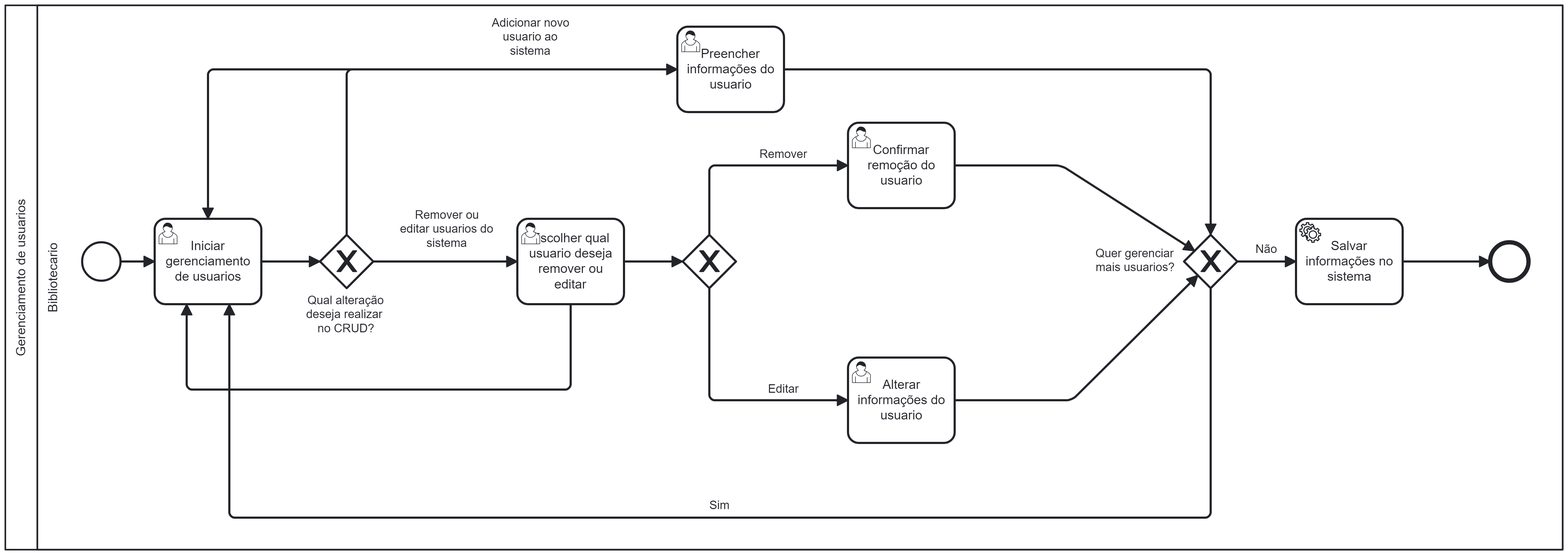
arthurcuri/webook-tis2 keeps this BPMN diagram as docs/images/processoGU.png. Above is the earlier version. Its source is kept beside it as docs/images/processoGU.bpmn. Ids are renumbered.
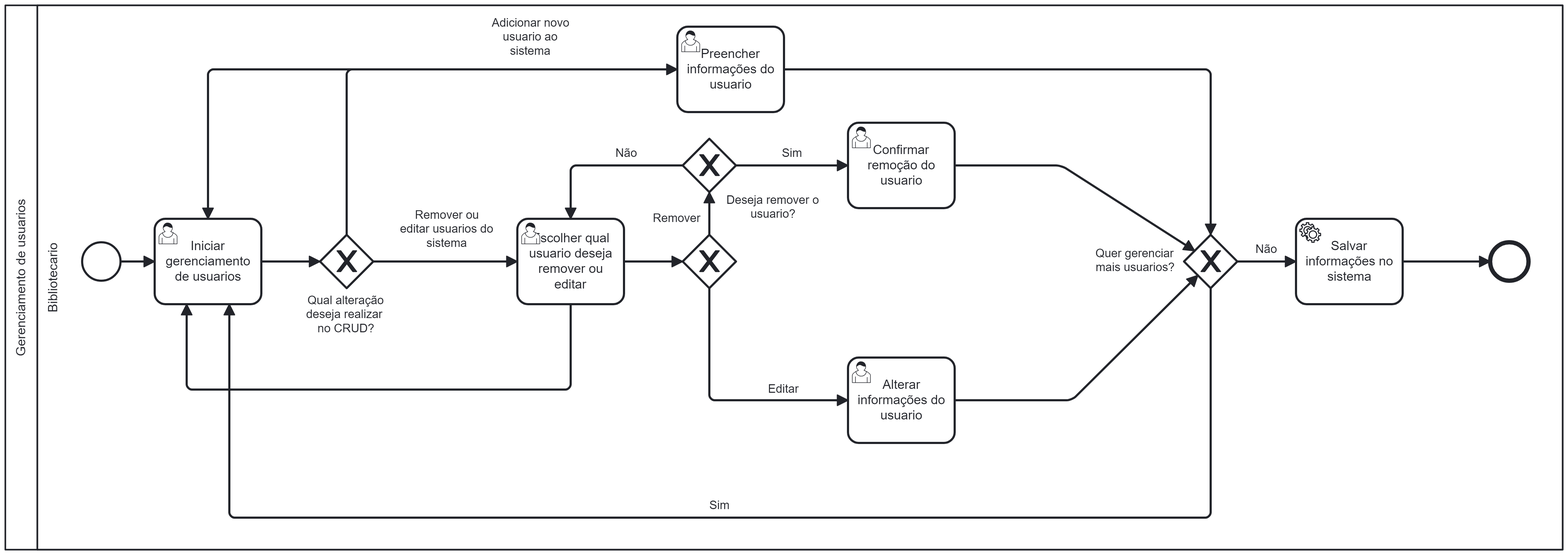
Later version of the same file.

Diff of the diagram source:
```diff
@@ -16,6 +16,7 @@
         <bpmn:flowNodeRef>Gateway_n14</bpmn:flowNodeRef>
         <bpmn:flowNodeRef>Activity_n15</bpmn:flowNodeRef>
         <bpmn:flowNodeRef>Activity_n16</bpmn:flowNodeRef>
+        <bpmn:flowNodeRef>Gateway_n35</bpmn:flowNodeRef>
       </bpmn:lane>
     </bpmn:laneSet>
     <bpmn:userTask id="Activity_n7" name="Preencher informações do usuario">
@@ -40,6 +41,7 @@
     </bpmn:exclusiveGateway>
     <bpmn:userTask id="Activity_n10" name="Escolher qual usuario deseja remover ou editar">
       <bpmn:incoming>Flow_n24</bpmn:incoming>
+      <bpmn:incoming>Flow_n36</bpmn:incoming>
       <bpmn:outgoing>Flow_n22</bpmn:outgoing>
       <bpmn:outgoing>Flow_n25</bpmn:outgoing>
     </bpmn:userTask>
@@ -63,7 +65,7 @@
       <bpmn:outgoing>Flow_n28</bpmn:outgoing>
     </bpmn:exclusiveGateway>
     <bpmn:userTask id="Activity_n15" name="Confirmar remoção do usuario">
-      <bpmn:incoming>Flow_n26</bpmn:incoming>
+      <bpmn:incoming>Flow_n37</bpmn:incoming>
       <bpmn:outgoing>Flow_n30</bpmn:outgoing>
     </bpmn:userTask>
     <bpmn:userTask id="Activity_n16" name="Alterar informações do usuario">
@@ -79,12 +81,19 @@
     <bpmn:sequenceFlow id="Flow_n23" sourceRef="Activity_n8" targetRef="Gateway_n9" />
     <bpmn:sequenceFlow id="Flow_n24" name="Remover ou editar usuarios do sistema" sourceRef="Gateway_n9" targetRef="Activity_n10" />
     <bpmn:sequenceFlow id="Flow_n25" sourceRef="Activity_n10" targetRef="Gateway_n11" />
-    <bpmn:sequenceFlow id="Flow_n26" name="Remover" sourceRef="Gateway_n11" targetRef="Activity_n15" />
+    <bpmn:sequenceFlow id="Flow_n26" name="Remover" sourceRef="Gateway_n11" targetRef="Gateway_n35" />
     <bpmn:sequenceFlow id="Flow_n27" name="Editar" sourceRef="Gateway_n11" targetRef="Activity_n16" />
     <bpmn:sequenceFlow id="Flow_n28" name="Não" sourceRef="Gateway_n14" targetRef="Activity_n12" />
     <bpmn:sequenceFlow id="Flow_n29" sourceRef="Activity_n12" targetRef="Event_n13" />
     <bpmn:sequenceFlow id="Flow_n30" sourceRef="Activity_n15" targetRef="Gateway_n14" />
     <bpmn:sequenceFlow id="Flow_n31" sourceRef="Activity_n16" targetRef="Gateway_n14" />
+    <bpmn:exclusiveGateway id="Gateway_n35" name="Deseja remover o usuario?">
+      <bpmn:incoming>Flow_n26</bpmn:incoming>
+      <bpmn:outgoing>Flow_n37</bpmn:outgoing>
+      <bpmn:outgoing>Flow_n36</bpmn:outgoing>
+    </bpmn:exclusiveGateway>
+    <bpmn:sequenceFlow id="Flow_n37" name="Sim" sourceRef="Gateway_n35" targetRef="Activity_n15" />
+    <bpmn:sequenceFlow id="Flow_n36" name="Não" sourceRef="Gateway_n35" targetRef="Activity_n10" />
   </bpmn:process>
   <bpmndi:BPMNDiagram id="BPMNDiagram_1">
     <bpmndi:BPMNPlane id="BPMNPlane_1" bpmnElement="Collaboration_n2">
@@ -141,6 +150,12 @@
         <dc:Bounds x="950" y="410" width="100" height="80" />
         <bpmndi:BPMNLabel />
       </bpmndi:BPMNShape>
+      <bpmndi:BPMNShape id="Gateway_n35_di" bpmnElement="Gateway_n35" isMarkerVisible="true">
+        <dc:Bounds x="795" y="205" width="50" height="50" />
+        <bpmndi:BPMNLabel>
+          <dc:Bounds x="836" y="256" width="88" height="27" />
+        </bpmndi:BPMNLabel>
+      </bpmndi:BPMNShape>
       <bpmndi:BPMNEdge id="Flow_n17_di" bpmnElement="Flow_n17">
         <di:waypoint x="480" y="295" />
         <di:waypoint x="480" y="140" />
@@ -195,10 +210,9 @@
       </bpmndi:BPMNEdge>
       <bpmndi:BPMNEdge id="Flow_n26_di" bpmnElement="Flow_n26">
         <di:waypoint x="820" y="295" />
-        <di:waypoint x="820" y="230" />
-        <di:waypoint x="950" y="230" />
+        <di:waypoint x="820" y="255" />
         <bpmndi:BPMNLabel>
-          <dc:Bounds x="867" y="213" width="46" height="14" />
+          <dc:Bounds x="767" y="273.00000000000006" width="46" height="14" />
         </bpmndi:BPMNLabel>
       </bpmndi:BPMNEdge>
       <bpmndi:BPMNEdge id="Flow_n27_di" bpmnElement="Flow_n27">
@@ -230,6 +244,21 @@
         <di:waypoint x="1160" y="450" />
         <di:waypoint x="1278" y="333" />
       </bpmndi:BPMNEdge>
+      <bpmndi:BPMNEdge id="Flow_n37_di" bpmnElement="Flow_n37">
+        <di:waypoint x="845" y="230" />
+        <di:waypoint x="950" y="230" />
+        <bpmndi:BPMNLabel>
+          <dc:Bounds x="888" y="212" width="20" height="14" />
+        </bpmndi:BPMNLabel>
+      </bpmndi:BPMNEdge>
+      <bpmndi:BPMNEdge id="Flow_n36_di" bpmnElement="Flow_n36">
+        <di:waypoint x="795" y="230" />
+        <di:waypoint x="690" y="230" />
+        <di:waypoint x="690" y="280" />
+        <bpmndi:BPMNLabel>
+          <dc:Bounds x="732" y="212" width="21" height="14" />
+        </bpmndi:BPMNLabel>
+      </bpmndi:BPMNEdge>
     </bpmndi:BPMNPlane>
   </bpmndi:BPMNDiagram>
 </bpmn:definitions>
```
